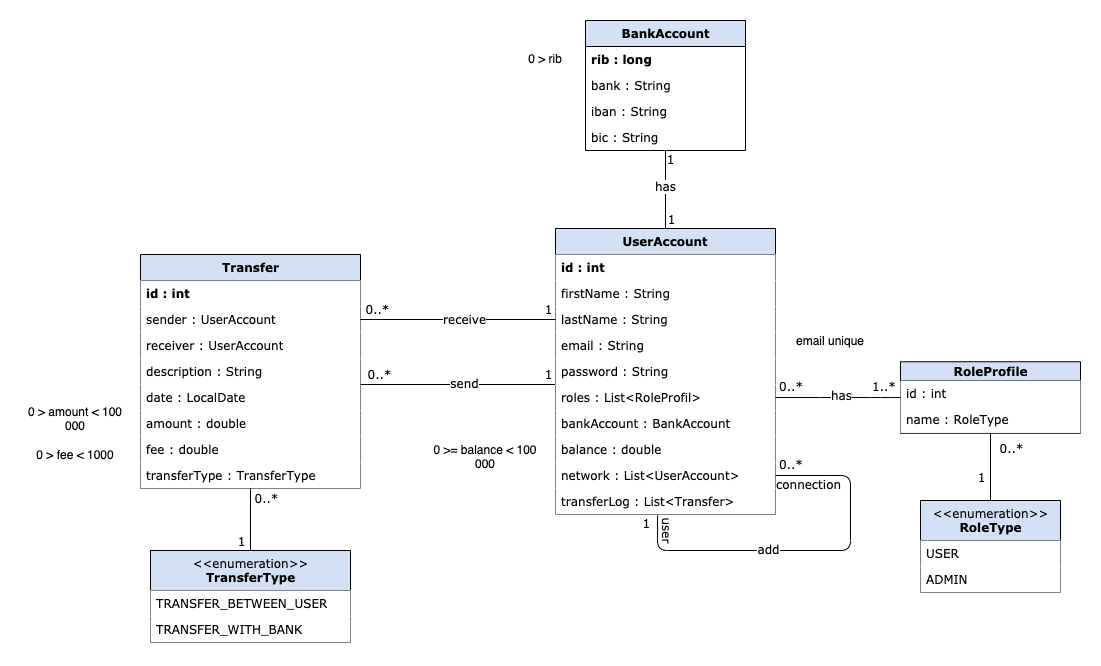
Earlier version of the draw.io export src/main/resources/static/Buddy_UML.png (June-Ruth/PayMyBuddy). Source tidied: cells renumbered, new cells last; positions are measured from the earlier drawing's top-left corner, leaving out a move shared by most shapes.
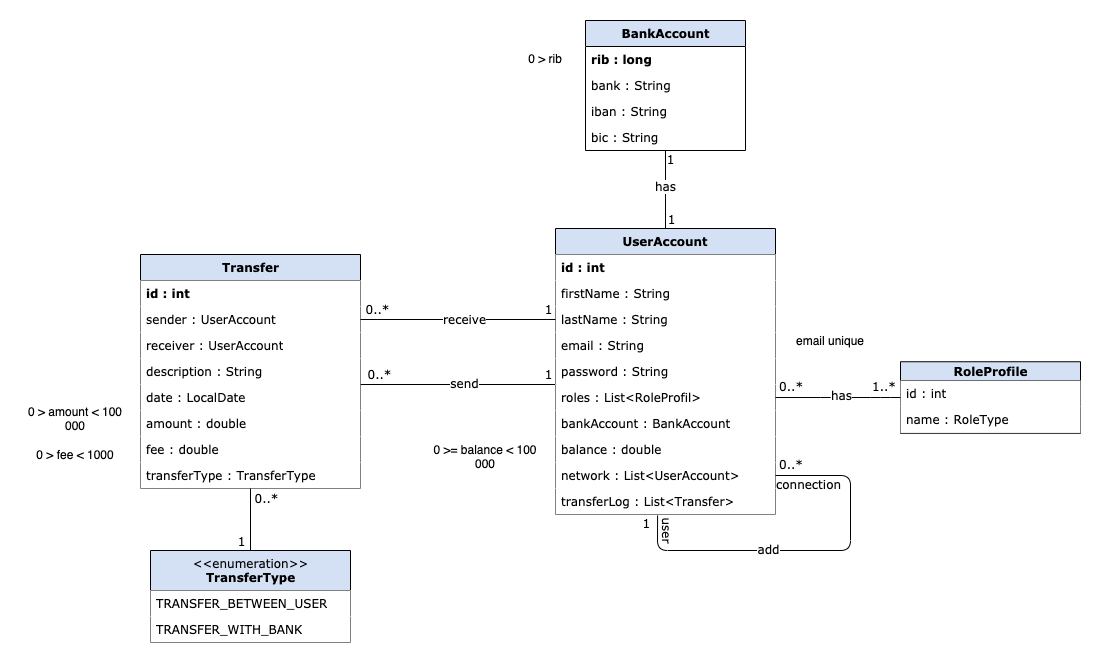
The same diagram one commit later.

Change to the diagram source:
```diff
@@ -246,27 +246,5 @@
         <mxPoint x="-26" y="-12" as="offset" />
       </mxGeometry>
     </mxCell>
-    <mxCell id="65" value="&lt;span style=&quot;font-weight: normal&quot;&gt;&amp;lt;&amp;lt;enumeration&amp;gt;&amp;gt;&lt;br&gt;&lt;/span&gt;RoleType" style="swimlane;html=1;fontStyle=1;horizontal=1;startSize=40;fillColor=#D4E1F5;swimlaneFillColor=#ffffff;rounded=0;shadow=0;comic=0;labelBackgroundColor=none;strokeWidth=1;fontFamily=Verdana;fontSize=12;align=center;" parent="1" vertex="1">
-      <mxGeometry x="900" y="480" width="140" height="92" as="geometry" />
-    </mxCell>
-    <mxCell id="66" value="USER" style="text;html=1;fillColor=#FFFFFF;align=left;verticalAlign=top;spacingLeft=4;spacingRight=4;whiteSpace=wrap;overflow=hidden;fontSize=12;fontFamily=Verdana;" parent="65" vertex="1">
-      <mxGeometry y="40" width="140" height="26" as="geometry" />
-    </mxCell>
-    <mxCell id="67" value="ADMIN" style="text;html=1;fillColor=#FFFFFF;align=left;verticalAlign=top;spacingLeft=4;spacingRight=4;whiteSpace=wrap;overflow=hidden;fontSize=12;fontFamily=Verdana;" parent="65" vertex="1">
-      <mxGeometry y="66" width="140" height="26" as="geometry" />
-    </mxCell>
-    <mxCell id="68" style="endArrow=none;endFill=0;endSize=24;html=1;fontSize=12;fontFamily=Verdana;entryX=0.5;entryY=0;entryDx=0;entryDy=0;exitX=0.5;exitY=1;exitDx=0;exitDy=0;" parent="1" edge="1" source="58" target="65">
-      <mxGeometry relative="1" as="geometry" />
-    </mxCell>
-    <mxCell id="69" value="1" style="edgeLabel;html=1;align=center;verticalAlign=middle;fontSize=12;fontFamily=Verdana;" parent="68" vertex="1">
-      <mxGeometry x="-0.68" relative="1" as="geometry">
-        <mxPoint x="-10" y="32.5" as="offset" />
-      </mxGeometry>
-    </mxCell>
-    <mxCell id="70" value="0..*" style="edgeLabel;html=1;align=center;verticalAlign=middle;fontSize=12;fontFamily=Verdana;" parent="68" vertex="1">
-      <mxGeometry x="-0.71" y="1" relative="1" as="geometry">
-        <mxPoint x="19" y="4.5" as="offset" />
-      </mxGeometry>
-    </mxCell>
   </root>
 </mxGraphModel>
```
